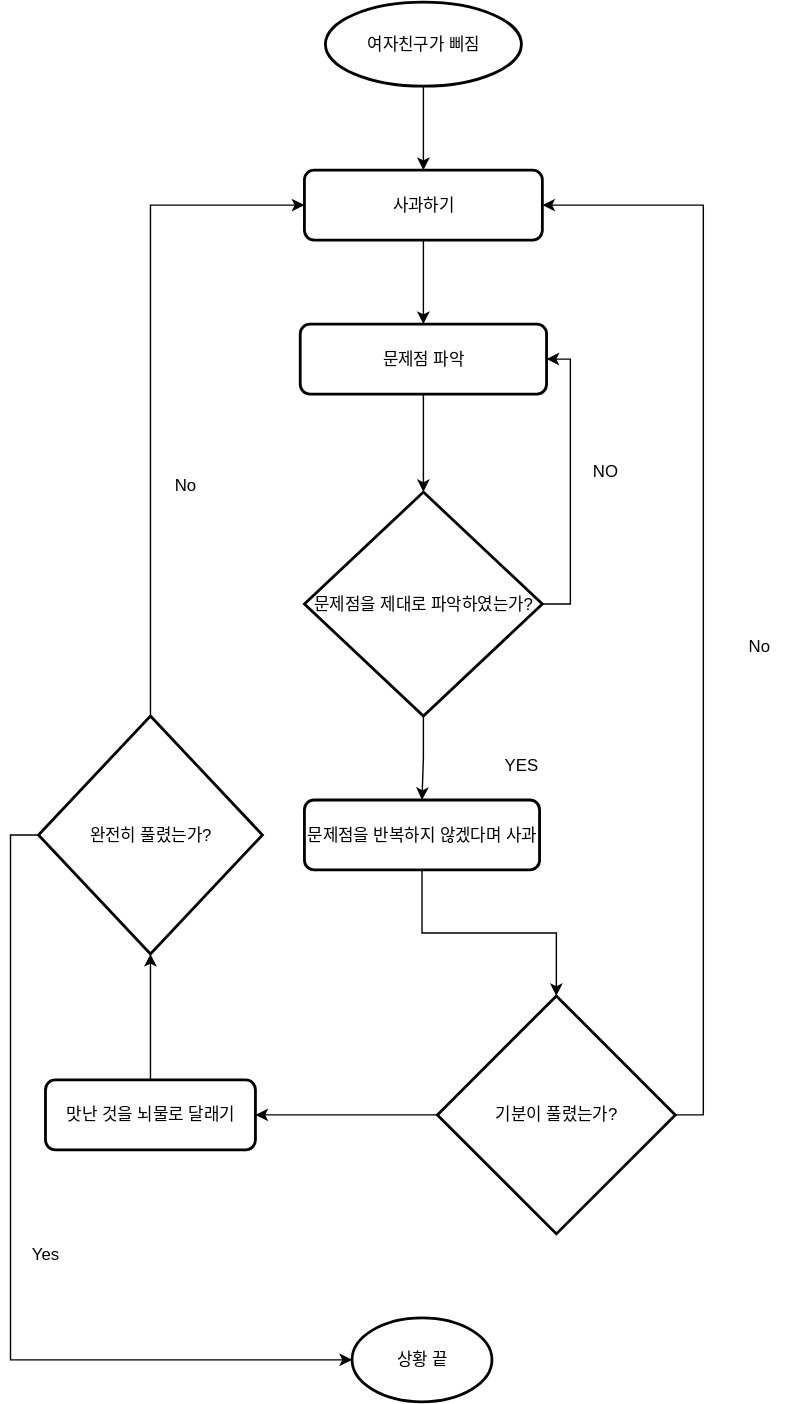
ororang/guajae keeps this draw.io diagram as 92513211_박승빈_플로우차트.drawio.svg. Above is the earlier version. Source tidied: cells renumbered, new cells last; positions are measured from the earlier drawing's top-left corner, leaving out a move shared by most shapes. Source of this version:
```xml
<mxGraphModel>
  <root>
    <mxCell id="0" />
    <mxCell id="1" parent="0" />
    <mxCell id="2" style="edgeStyle=orthogonalEdgeStyle;rounded=0;jettySize=auto;html=1;exitX=0.5;exitY=1;exitDx=0;exitDy=0;exitPerimeter=0;" parent="1" edge="1" source="3" target="9">
      <mxGeometry relative="1" as="geometry" />
    </mxCell>
    <mxCell id="3" value="여자친구가 삐짐" style="strokeWidth=2;html=1;shape=mxgraph.flowchart.start_1;whiteSpace=wrap;" parent="1" vertex="1">
      <mxGeometry x="230" width="140" height="60" as="geometry" />
    </mxCell>
    <mxCell id="4" value="문제점 파악" style="rounded=1;whiteSpace=wrap;html=1;absoluteArcSize=1;arcSize=14;strokeWidth=2;" parent="1" vertex="1">
      <mxGeometry x="212" y="230" width="176" height="50" as="geometry" />
    </mxCell>
    <mxCell id="5" style="edgeStyle=orthogonalEdgeStyle;rounded=0;jettySize=auto;html=1;exitX=1;exitY=0.5;exitDx=0;exitDy=0;exitPerimeter=0;entryX=1;entryY=0.5;entryDx=0;entryDy=0;" parent="1" edge="1" source="7" target="4">
      <mxGeometry relative="1" as="geometry" />
    </mxCell>
    <mxCell id="6" style="edgeStyle=orthogonalEdgeStyle;rounded=0;jettySize=auto;html=1;exitX=0.5;exitY=1;exitDx=0;exitDy=0;exitPerimeter=0;entryX=0.5;entryY=0;entryDx=0;entryDy=0;" parent="1" edge="1" source="7" target="13">
      <mxGeometry relative="1" as="geometry" />
    </mxCell>
    <mxCell id="7" value="문제점을 제대로 파악하였는가?" style="strokeWidth=2;html=1;shape=mxgraph.flowchart.decision;whiteSpace=wrap;" parent="1" vertex="1">
      <mxGeometry x="215" y="350" width="170" height="160" as="geometry" />
    </mxCell>
    <mxCell id="8" style="edgeStyle=orthogonalEdgeStyle;rounded=0;jettySize=auto;html=1;exitX=0.5;exitY=1;exitDx=0;exitDy=0;entryX=0.5;entryY=0;entryDx=0;entryDy=0;" parent="1" edge="1" source="9" target="4">
      <mxGeometry relative="1" as="geometry" />
    </mxCell>
    <mxCell id="9" value="사과하기" style="rounded=1;whiteSpace=wrap;html=1;absoluteArcSize=1;arcSize=14;strokeWidth=2;" parent="1" vertex="1">
      <mxGeometry x="215" y="120" width="170" height="50" as="geometry" />
    </mxCell>
    <mxCell id="10" style="edgeStyle=orthogonalEdgeStyle;rounded=0;jettySize=auto;html=1;exitX=0.5;exitY=1;exitDx=0;exitDy=0;entryX=0.5;entryY=0;entryDx=0;entryDy=0;entryPerimeter=0;" parent="1" edge="1" source="4" target="7">
      <mxGeometry relative="1" as="geometry" />
    </mxCell>
    <mxCell id="11" value="NO" style="text;html=1;align=center;verticalAlign=middle;whiteSpace=wrap;rounded=0;" parent="1" vertex="1">
      <mxGeometry x="400" y="320" width="60" height="30" as="geometry" />
    </mxCell>
    <mxCell id="12" value="YES" style="text;html=1;align=center;verticalAlign=middle;whiteSpace=wrap;rounded=0;" parent="1" vertex="1">
      <mxGeometry x="340" y="530" width="60" height="30" as="geometry" />
    </mxCell>
    <mxCell id="13" value="문제점을 반복하지 않겠다며 사과" style="rounded=1;whiteSpace=wrap;html=1;absoluteArcSize=1;arcSize=14;strokeWidth=2;" parent="1" vertex="1">
      <mxGeometry x="215" y="570" width="168" height="50" as="geometry" />
    </mxCell>
    <mxCell id="14" style="edgeStyle=orthogonalEdgeStyle;rounded=0;jettySize=auto;html=1;exitX=1;exitY=0.5;exitDx=0;exitDy=0;exitPerimeter=0;entryX=1;entryY=0.5;entryDx=0;entryDy=0;" parent="1" edge="1" source="16" target="9">
      <mxGeometry relative="1" as="geometry" />
    </mxCell>
    <mxCell id="15" style="edgeStyle=orthogonalEdgeStyle;rounded=0;jettySize=auto;html=1;exitX=0;exitY=0.5;exitDx=0;exitDy=0;exitPerimeter=0;entryX=1;entryY=0.5;entryDx=0;entryDy=0;" parent="1" edge="1" source="16" target="19">
      <mxGeometry relative="1" as="geometry" />
    </mxCell>
    <mxCell id="16" value="기분이 풀렸는가?" style="strokeWidth=2;html=1;shape=mxgraph.flowchart.decision;whiteSpace=wrap;" parent="1" vertex="1">
      <mxGeometry x="310" y="710" width="170" height="170" as="geometry" />
    </mxCell>
    <mxCell id="17" style="edgeStyle=orthogonalEdgeStyle;rounded=0;jettySize=auto;html=1;exitX=0.5;exitY=1;exitDx=0;exitDy=0;entryX=0.5;entryY=0;entryDx=0;entryDy=0;entryPerimeter=0;" parent="1" edge="1" source="13" target="16">
      <mxGeometry relative="1" as="geometry" />
    </mxCell>
    <mxCell id="18" value="No" style="text;html=1;align=center;verticalAlign=middle;whiteSpace=wrap;rounded=0;" parent="1" vertex="1">
      <mxGeometry x="510" y="445" width="60" height="30" as="geometry" />
    </mxCell>
    <mxCell id="19" value="맛난 것을 뇌물로 달래기" style="rounded=1;whiteSpace=wrap;html=1;absoluteArcSize=1;arcSize=14;strokeWidth=2;" parent="1" vertex="1">
      <mxGeometry x="30" y="770" width="150" height="50" as="geometry" />
    </mxCell>
    <mxCell id="20" style="edgeStyle=orthogonalEdgeStyle;rounded=0;jettySize=auto;html=1;exitX=0.5;exitY=0;exitDx=0;exitDy=0;exitPerimeter=0;entryX=0;entryY=0.5;entryDx=0;entryDy=0;" parent="1" edge="1" source="21" target="9">
      <mxGeometry relative="1" as="geometry" />
    </mxCell>
    <mxCell id="21" value="완전히 풀렸는가?" style="strokeWidth=2;html=1;shape=mxgraph.flowchart.decision;whiteSpace=wrap;" parent="1" vertex="1">
      <mxGeometry x="25" y="510" width="160" height="170" as="geometry" />
    </mxCell>
    <mxCell id="22" style="edgeStyle=orthogonalEdgeStyle;rounded=0;jettySize=auto;html=1;exitX=0.5;exitY=0;exitDx=0;exitDy=0;entryX=0.5;entryY=1;entryDx=0;entryDy=0;entryPerimeter=0;" parent="1" edge="1" source="19" target="21">
      <mxGeometry relative="1" as="geometry" />
    </mxCell>
    <mxCell id="23" value="No" style="text;html=1;align=center;verticalAlign=middle;whiteSpace=wrap;rounded=0;" parent="1" vertex="1">
      <mxGeometry x="100" y="330" width="60" height="30" as="geometry" />
    </mxCell>
    <mxCell id="24" value="상황 끝" style="strokeWidth=2;html=1;shape=mxgraph.flowchart.start_1;whiteSpace=wrap;" parent="1" vertex="1">
      <mxGeometry x="249" y="940" width="100" height="60" as="geometry" />
    </mxCell>
    <mxCell id="25" style="edgeStyle=orthogonalEdgeStyle;rounded=0;jettySize=auto;html=1;exitX=0;exitY=0.5;exitDx=0;exitDy=0;exitPerimeter=0;entryX=0;entryY=0.5;entryDx=0;entryDy=0;entryPerimeter=0;" parent="1" edge="1" source="21" target="24">
      <mxGeometry relative="1" as="geometry" />
    </mxCell>
    <mxCell id="26" value="Yes" style="text;html=1;align=center;verticalAlign=middle;whiteSpace=wrap;rounded=0;" parent="1" vertex="1">
      <mxGeometry y="880" width="60" height="30" as="geometry" />
    </mxCell>
  </root>
</mxGraphModel>
```
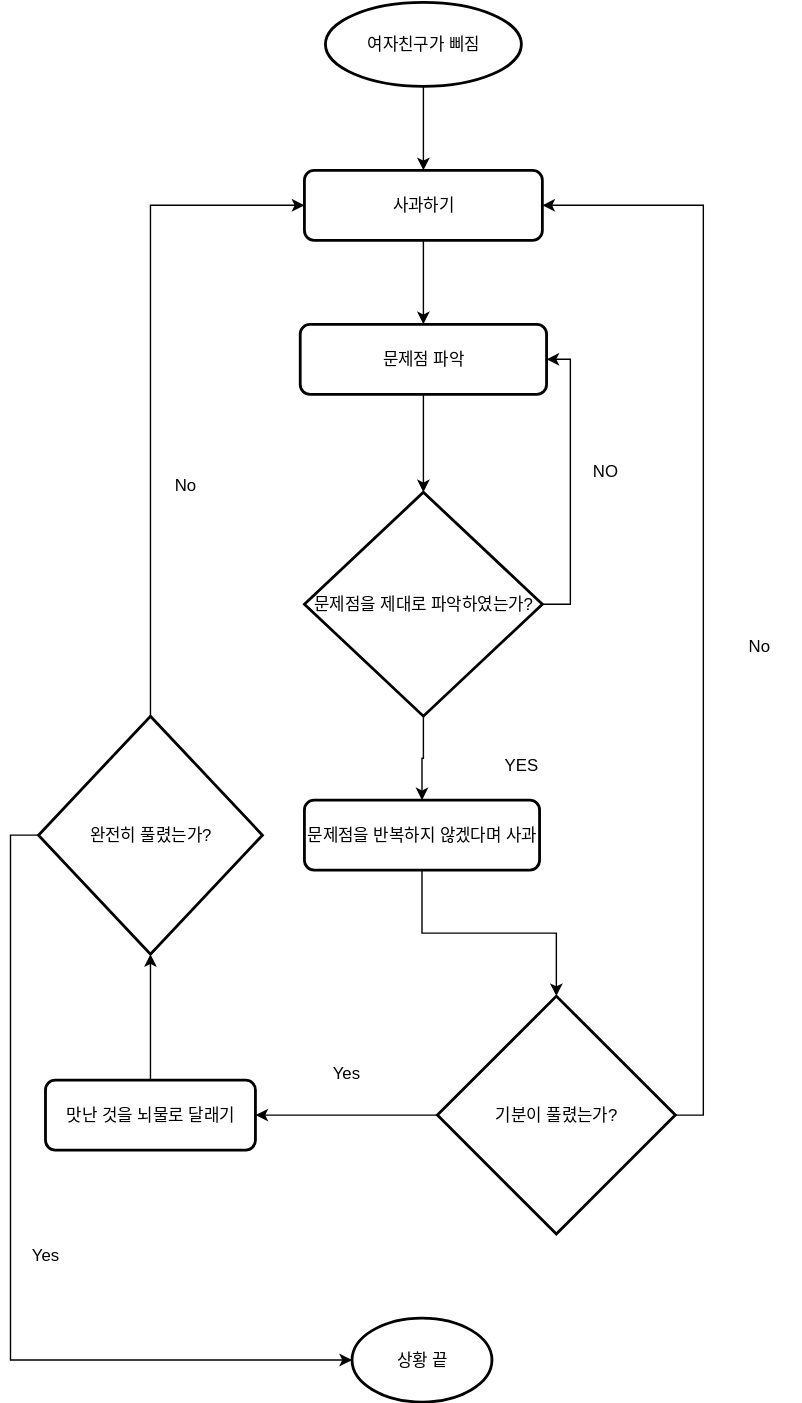
The same file after the commit.

Commit message:
92513211_박승빈_플로우차트.drawio.svg이 추가되었습니다.

The edit, as a diff of the source:
```diff
@@ -77,5 +77,8 @@
     <mxCell id="26" value="Yes" style="text;html=1;align=center;verticalAlign=middle;whiteSpace=wrap;rounded=0;" parent="1" vertex="1">
       <mxGeometry y="880" width="60" height="30" as="geometry" />
     </mxCell>
+    <mxCell id="27" value="Yes" style="text;html=1;align=center;verticalAlign=middle;whiteSpace=wrap;rounded=0;" parent="1" vertex="1">
+      <mxGeometry x="215" y="750" width="60" height="30" as="geometry" />
+    </mxCell>
   </root>
 </mxGraphModel>
```
